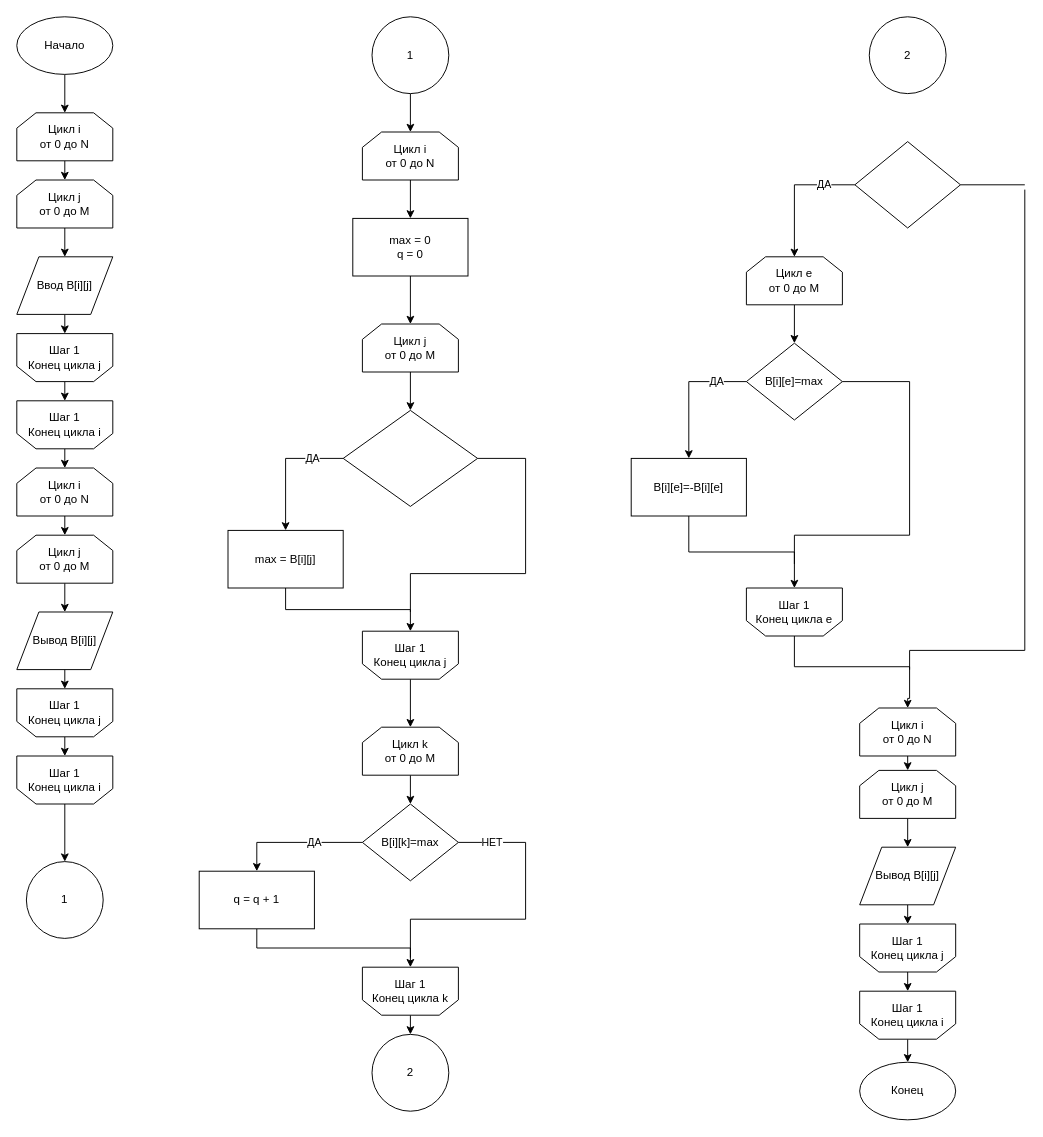
Earlier version of the draw.io diagram page "Страница 3" (3 of 6) of Диаграмма без названия.drawio (schlimmsten/PR_4-SCHEMES-). Source tidied: cells renumbered, new cells numbered last; positions are measured from the earlier drawing's top-left corner, leaving out a move shared by most shapes. Both pictures are drawn from the tidied source at 96%, with x=0, y=0 at pixel (16, 16).
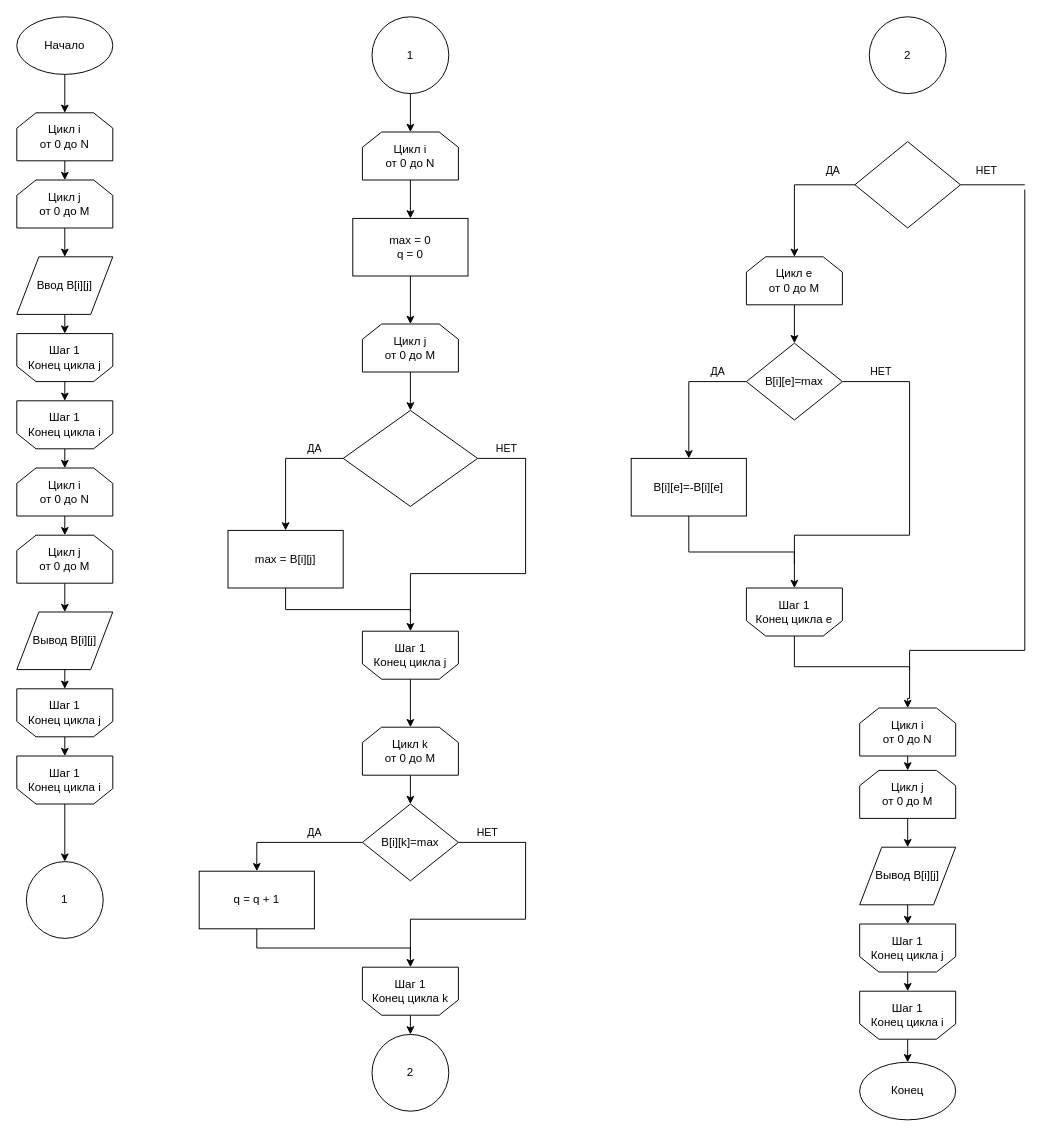
The same page after the edit.

Unchanged cells that the change refers to:
```xml
<mxCell id="34" style="rhombus;whiteSpace=wrap;html=1;rounded=0;shadow=0;sketch=0;strokeWidth=1;" parent="1" vertex="1">
  <mxGeometry x="340" y="410" width="140" height="100" as="geometry" />
</mxCell>
<mxCell id="36" value="max = B[i][j]" style="rounded=0;whiteSpace=wrap;html=1;shadow=0;sketch=0;strokeWidth=1;" parent="1" vertex="1">
  <mxGeometry x="220" y="535" width="120" height="60" as="geometry" />
</mxCell>
<mxCell id="46" value="B[i][k]=max" style="rhombus;whiteSpace=wrap;html=1;rounded=0;shadow=0;sketch=0;strokeWidth=1;" parent="1" vertex="1">
  <mxGeometry x="360" y="820" width="100" height="80" as="geometry" />
</mxCell>
<mxCell id="48" value="q = q + 1" style="rounded=0;whiteSpace=wrap;html=1;shadow=0;sketch=0;strokeWidth=1;" parent="1" vertex="1">
  <mxGeometry x="190" y="890" width="120" height="60" as="geometry" />
</mxCell>
<mxCell id="58" style="rhombus;whiteSpace=wrap;html=1;rounded=0;shadow=0;sketch=0;strokeWidth=1;" parent="1" vertex="1">
  <mxGeometry x="873" y="130" width="110" height="90" as="geometry" />
</mxCell>
<mxCell id="60" value="Цикл e&lt;br&gt;от 0 до M" style="shape=loopLimit;whiteSpace=wrap;html=1;flipV=0;" parent="1" vertex="1">
  <mxGeometry x="760" y="250" width="100" height="50" as="geometry" />
</mxCell>
<mxCell id="64" value="B[i][e]=max" style="rhombus;whiteSpace=wrap;html=1;rounded=0;shadow=0;sketch=0;strokeWidth=1;" parent="1" vertex="1">
  <mxGeometry x="760" y="340" width="100" height="80" as="geometry" />
</mxCell>
<mxCell id="66" value="B[i][e]=-B[i][e]" style="rounded=0;whiteSpace=wrap;html=1;shadow=0;sketch=0;strokeWidth=1;" parent="1" vertex="1">
  <mxGeometry x="640" y="460" width="120" height="60" as="geometry" />
</mxCell>
```

What changed in the source:
```diff
@@
     <mxCell id="33" value="ДА" style="edgeStyle=orthogonalEdgeStyle;rounded=0;jettySize=auto;html=1;exitX=0;exitY=0.5;exitDx=0;exitDy=0;entryX=0.5;entryY=0;entryDx=0;entryDy=0;" parent="1" edge="1" source="34" target="36">
-      <mxGeometry x="-0.52" relative="1" as="geometry" />
+      <mxGeometry x="-0.56" y="-10" relative="1" as="geometry" />
     </mxCell>
@@
-    <mxCell id="39" style="endArrow=none;html=1;rounded=0;entryX=1;entryY=0.5;entryDx=0;entryDy=0;" parent="1" edge="1" target="34">
-      <mxGeometry relative="1" as="geometry">
+    <mxCell id="39" value="НЕТ" style="endArrow=none;html=1;rounded=0;entryX=1;entryY=0.5;entryDx=0;entryDy=0;" parent="1" edge="1" target="34">
+      <mxGeometry x="-0.2" y="-10" relative="1" as="geometry">
         <mxPoint x="530" y="460" as="sourcePoint" />
       </mxGeometry>
     </mxCell>
@@
     <mxCell id="45" value="ДА" style="edgeStyle=orthogonalEdgeStyle;rounded=0;jettySize=auto;html=1;exitX=0;exitY=0.5;exitDx=0;exitDy=0;entryX=0.5;entryY=0;entryDx=0;entryDy=0;" parent="1" edge="1" source="46" target="48">
-      <mxGeometry x="-0.29" relative="1" as="geometry" />
+      <mxGeometry x="-0.29" y="-10" relative="1" as="geometry" />
     </mxCell>
@@
     <mxCell id="52" value="НЕТ" style="endArrow=none;html=1;rounded=0;entryX=1;entryY=0.5;entryDx=0;entryDy=0;" parent="1" edge="1" target="46">
-      <mxGeometry relative="1" as="geometry">
+      <mxGeometry x="0.14" y="-10" relative="1" as="geometry">
         <mxPoint x="530" y="860" as="sourcePoint" />
       </mxGeometry>
     </mxCell>
@@
     <mxCell id="57" value="ДА" style="edgeStyle=orthogonalEdgeStyle;rounded=0;jettySize=auto;html=1;exitX=0;exitY=0.5;exitDx=0;exitDy=0;entryX=0.5;entryY=0;entryDx=0;entryDy=0;" parent="1" edge="1" source="58" target="60">
-      <mxGeometry x="-0.54" relative="1" as="geometry" />
+      <mxGeometry x="-0.67" y="-15" relative="1" as="geometry" />
     </mxCell>
@@
     <mxCell id="63" value="ДА" style="edgeStyle=orthogonalEdgeStyle;rounded=0;jettySize=auto;html=1;exitX=0;exitY=0.5;exitDx=0;exitDy=0;entryX=0.5;entryY=0;entryDx=0;entryDy=0;" parent="1" edge="1" source="64" target="66">
-      <mxGeometry x="-0.57" relative="1" as="geometry">
-        <mxPoint x="-1" as="offset" />
-      </mxGeometry>
+      <mxGeometry x="-0.57" y="-10" relative="1" as="geometry" />
     </mxCell>
@@
-    <mxCell id="67" style="endArrow=none;html=1;rounded=0;entryX=1;entryY=0.5;entryDx=0;entryDy=0;" parent="1" edge="1" target="64">
-      <mxGeometry relative="1" as="geometry">
+    <mxCell id="67" value="НЕТ" style="endArrow=none;html=1;rounded=0;entryX=1;entryY=0.5;entryDx=0;entryDy=0;" parent="1" edge="1" target="64">
+      <mxGeometry x="-0.14" y="-10" relative="1" as="geometry">
         <mxPoint x="930" y="380" as="sourcePoint" />
       </mxGeometry>
     </mxCell>
@@
-    <mxCell id="82" style="endArrow=none;html=1;rounded=0;entryX=1;entryY=0.5;entryDx=0;entryDy=0;" parent="1" edge="1" target="58">
-      <mxGeometry relative="1" as="geometry">
+    <mxCell id="82" value="НЕТ" style="endArrow=none;html=1;rounded=0;entryX=1;entryY=0.5;entryDx=0;entryDy=0;" parent="1" edge="1" target="58">
+      <mxGeometry x="0.19" y="-15" relative="1" as="geometry">
         <mxPoint x="1050" y="175" as="sourcePoint" />
       </mxGeometry>
     </mxCell>
```
